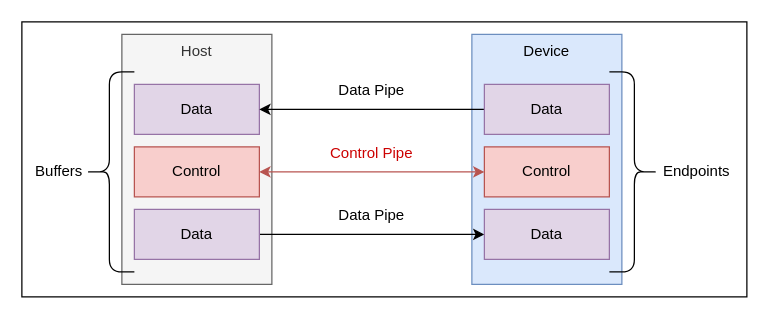
This is USB Connection.drawio from asmeerasif22/ThesisDrawings, a draw.io file, before an edit. Source tidied: cells renumbered, new cells numbered last; positions are measured from the earlier drawing's top-left corner, leaving out a move shared by most shapes. Both pictures are drawn from the tidied source at 125%, with x=0, y=0 at pixel (21, 21).
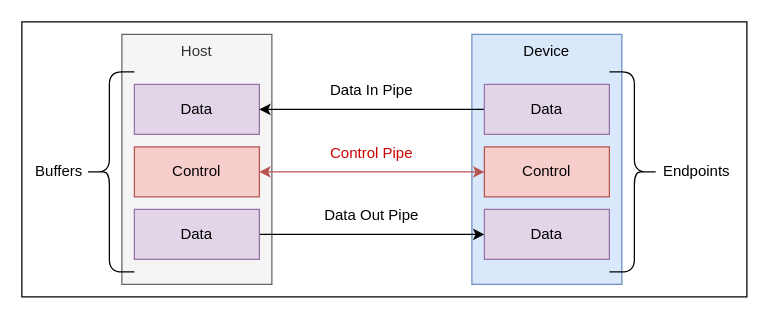
The same page after the edit.

What changed in the source:
```diff
@@
-    <mxCell id="19" value="Data Pipe" style="text;html=1;align=center;verticalAlign=middle;whiteSpace=wrap;rounded=0;" parent="1" vertex="1">
+    <mxCell id="19" value="Data Out Pipe" style="text;html=1;align=center;verticalAlign=middle;whiteSpace=wrap;rounded=0;" parent="1" vertex="1">
       <mxGeometry x="240" y="140" width="80" height="30" as="geometry" />
     </mxCell>
-    <mxCell id="20" value="Data Pipe" style="text;html=1;align=center;verticalAlign=middle;whiteSpace=wrap;rounded=0;" parent="1" vertex="1">
+    <mxCell id="20" value="Data In Pipe" style="text;html=1;align=center;verticalAlign=middle;whiteSpace=wrap;rounded=0;" parent="1" vertex="1">
       <mxGeometry x="240" y="40" width="80" height="30" as="geometry" />
     </mxCell>
```
